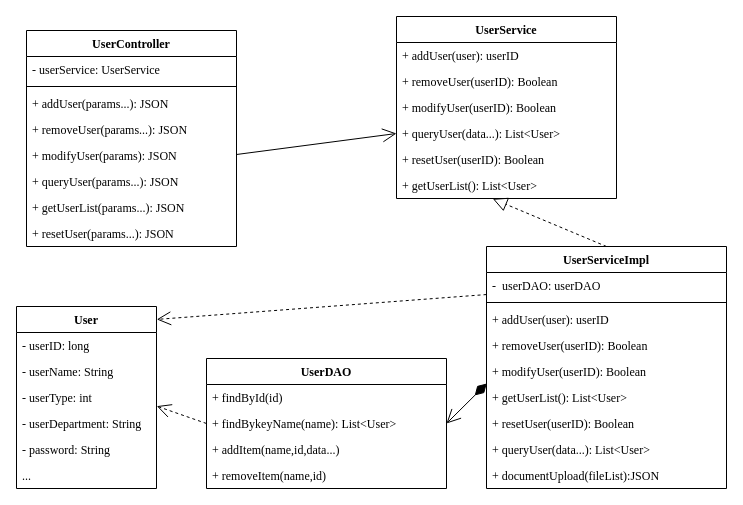
Before: page "第 4 页" (4 of 4) of 类图.drawio in lang22/DocAI_UML, a draw.io diagram. Source tidied: cells renumbered, new cells numbered last; positions are measured from the earlier drawing's top-left corner, leaving out a move shared by most shapes. Both pictures are drawn from the tidied source at 100%, with x=0, y=0 at pixel (16, 16).
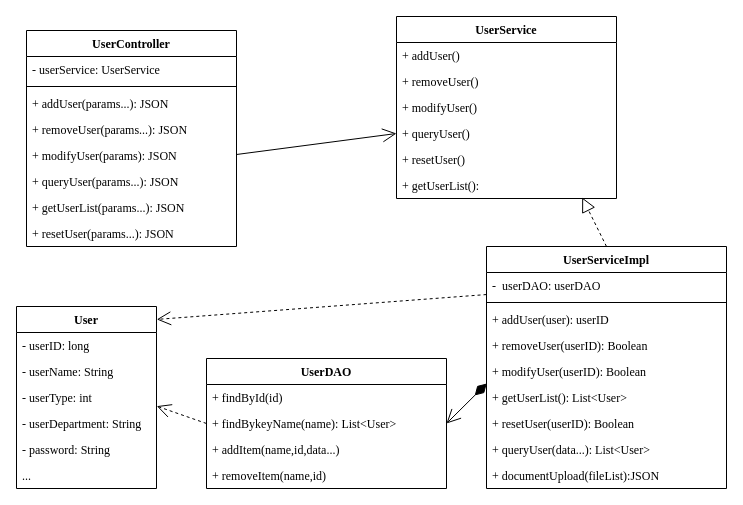
Above is the later version.

The change refers to these unchanged cells:
```xml
<mxCell id="23" value="UserServiceImpl" style="swimlane;fontStyle=1;align=center;verticalAlign=top;horizontal=1;startSize=26;fontFamily=Times New Roman;" parent="1" vertex="1">
  <mxGeometry x="470" y="230" width="240" height="242" as="geometry" />
</mxCell>
<mxCell id="33" value="UserService" style="swimlane;fontStyle=1;horizontal=1;startSize=26;fillColor=none;fontFamily=Times New Roman;" parent="1" vertex="1">
  <mxGeometry x="380" width="220" height="182" as="geometry" />
</mxCell>
```

Change to the diagram source:
```diff
@@
-    <mxCell id="34" value="+ addUser(user): userID" style="text;strokeColor=none;fillColor=none;align=left;verticalAlign=top;spacingLeft=4;spacingRight=4;overflow=hidden;fontFamily=Times New Roman;" parent="33" vertex="1">
+    <mxCell id="34" value="+ addUser()" style="text;strokeColor=none;fillColor=none;align=left;verticalAlign=top;spacingLeft=4;spacingRight=4;overflow=hidden;fontFamily=Times New Roman;" parent="33" vertex="1">
       <mxGeometry y="26" width="220" height="26" as="geometry" />
     </mxCell>
-    <mxCell id="35" value="+ removeUser(userID): Boolean" style="text;strokeColor=none;fillColor=none;align=left;verticalAlign=top;spacingLeft=4;spacingRight=4;overflow=hidden;fontFamily=Times New Roman;" parent="33" vertex="1">
+    <mxCell id="35" value="+ removeUser()" style="text;strokeColor=none;fillColor=none;align=left;verticalAlign=top;spacingLeft=4;spacingRight=4;overflow=hidden;fontFamily=Times New Roman;" parent="33" vertex="1">
       <mxGeometry y="52" width="220" height="26" as="geometry" />
     </mxCell>
-    <mxCell id="36" value="+ modifyUser(userID): Boolean" style="text;strokeColor=none;fillColor=none;align=left;verticalAlign=top;spacingLeft=4;spacingRight=4;overflow=hidden;fontFamily=Times New Roman;" parent="33" vertex="1">
+    <mxCell id="36" value="+ modifyUser()" style="text;strokeColor=none;fillColor=none;align=left;verticalAlign=top;spacingLeft=4;spacingRight=4;overflow=hidden;fontFamily=Times New Roman;" parent="33" vertex="1">
       <mxGeometry y="78" width="220" height="26" as="geometry" />
     </mxCell>
-    <mxCell id="37" value="+ queryUser(data...): List&lt;User&gt;" style="text;strokeColor=none;fillColor=none;align=left;verticalAlign=top;spacingLeft=4;spacingRight=4;overflow=hidden;points=[[0,0.5],[1,0.5]];portConstraint=eastwest;fontFamily=Times New Roman;" parent="33" vertex="1">
+    <mxCell id="37" value="+ queryUser()" style="text;strokeColor=none;fillColor=none;align=left;verticalAlign=top;spacingLeft=4;spacingRight=4;overflow=hidden;points=[[0,0.5],[1,0.5]];portConstraint=eastwest;fontFamily=Times New Roman;" parent="33" vertex="1">
       <mxGeometry y="104" width="220" height="26" as="geometry" />
     </mxCell>
-    <mxCell id="38" value="+ resetUser(userID): Boolean" style="text;strokeColor=none;fillColor=none;align=left;verticalAlign=top;spacingLeft=4;spacingRight=4;overflow=hidden;fontFamily=Times New Roman;" parent="33" vertex="1">
+    <mxCell id="38" value="+ resetUser()" style="text;strokeColor=none;fillColor=none;align=left;verticalAlign=top;spacingLeft=4;spacingRight=4;overflow=hidden;fontFamily=Times New Roman;" parent="33" vertex="1">
       <mxGeometry y="130" width="220" height="26" as="geometry" />
     </mxCell>
-    <mxCell id="39" value="+ getUserList(): List&lt;User&gt;" style="text;strokeColor=none;fillColor=none;align=left;verticalAlign=top;spacingLeft=4;spacingRight=4;overflow=hidden;points=[[0,0.5],[1,0.5]];portConstraint=eastwest;fontFamily=Times New Roman;" parent="33" vertex="1">
+    <mxCell id="39" value="+ getUserList():" style="text;strokeColor=none;fillColor=none;align=left;verticalAlign=top;spacingLeft=4;spacingRight=4;overflow=hidden;points=[[0,0.5],[1,0.5]];portConstraint=eastwest;fontFamily=Times New Roman;" parent="33" vertex="1">
       <mxGeometry y="156" width="220" height="26" as="geometry" />
     </mxCell>
@@
-    <mxCell id="41" style="endArrow=block;dashed=1;endFill=0;endSize=12;html=1;rounded=0;fontFamily=Times New Roman;exitX=0.5;exitY=0;exitDx=0;exitDy=0;entryX=0.438;entryY=1.013;entryDx=0;entryDy=0;entryPerimeter=0;" parent="1" edge="1" source="23" target="39">
+    <mxCell id="41" style="endArrow=block;dashed=1;endFill=0;endSize=12;html=1;rounded=0;fontFamily=Times New Roman;exitX=0.5;exitY=0;exitDx=0;exitDy=0;entryX=0.844;entryY=0.962;entryDx=0;entryDy=0;entryPerimeter=0;" parent="1" edge="1" source="23" target="39">
       <mxGeometry relative="1" as="geometry" />
     </mxCell>
```
